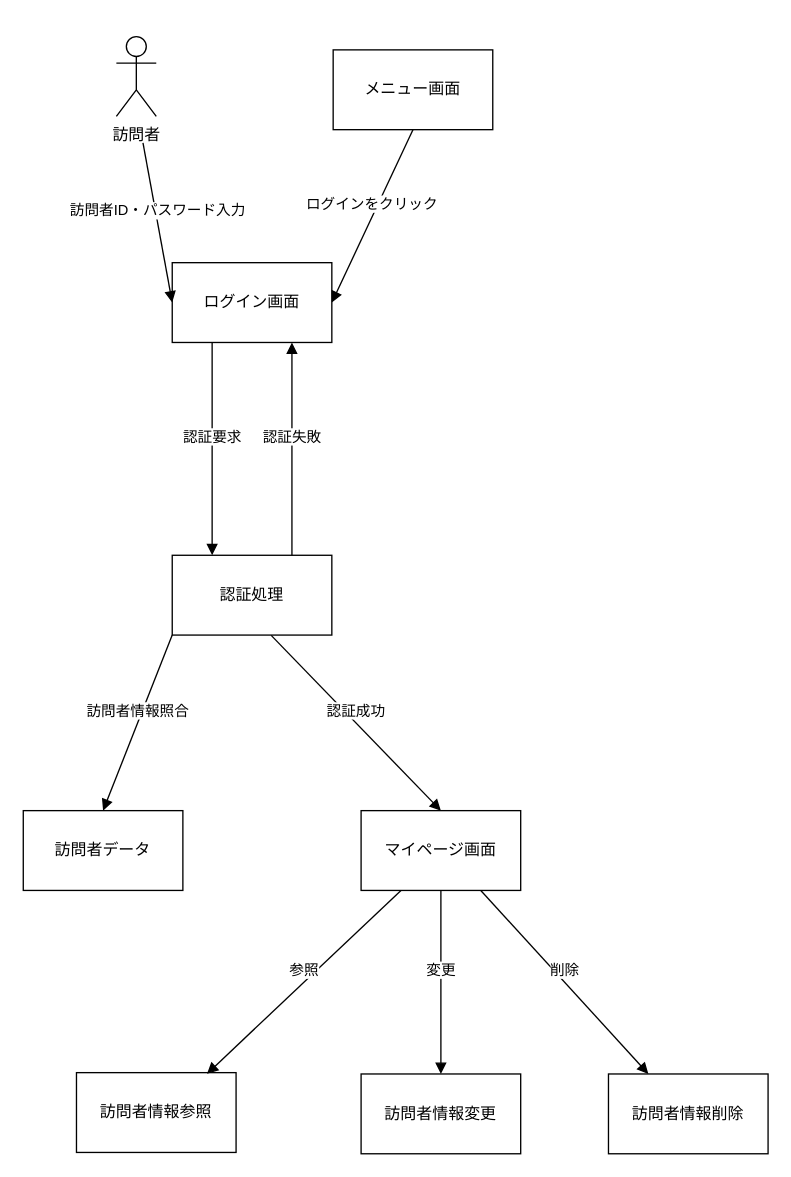
This is 07_web_visitor/analysis_02_login.drawio from ghbuser12/ohara_uml, a draw.io file, before an edit. Source tidied: cells renumbered, new cells numbered last; positions are measured from the earlier drawing's top-left corner, leaving out a move shared by most shapes. Both pictures are drawn from the tidied source at 133%, with x=0, y=0 at pixel (23, 36).
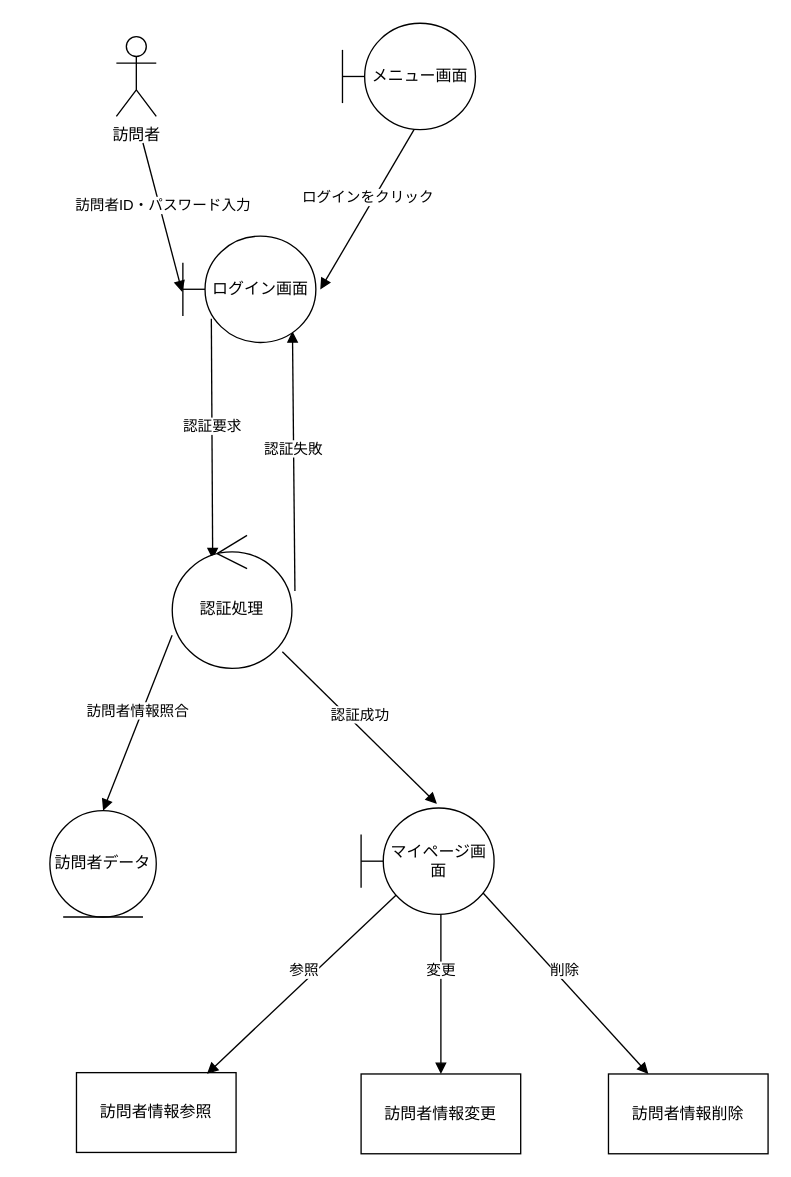
Above is the later version.

The change refers to these unchanged cells:
```xml
<mxCell id="14" value="訪問者情報変更" style="whiteSpace=wrap;html=1;" parent="1" vertex="1">
  <mxGeometry x="254" y="780" width="120" height="60" as="geometry" />
</mxCell>
<mxCell id="16" value="訪問者情報参照" style="whiteSpace=wrap;html=1;" parent="1" vertex="1">
  <mxGeometry x="40" y="779" width="120" height="60" as="geometry" />
</mxCell>
<mxCell id="18" value="訪問者情報削除" style="whiteSpace=wrap;html=1;" parent="1" vertex="1">
  <mxGeometry x="440" y="780" width="120" height="60" as="geometry" />
</mxCell>
```

Diff of the diagram source:
```diff
@@
-    <mxCell id="3" value="メニュー画面" style="whiteSpace=wrap;html=1;" parent="1" vertex="1">
-      <mxGeometry x="233" y="10" width="120" height="60" as="geometry" />
-    </mxCell>
-    <mxCell id="4" value="ログイン画面" style="whiteSpace=wrap;html=1;" parent="1" vertex="1">
-      <mxGeometry x="112" y="170" width="120" height="60" as="geometry" />
-    </mxCell>
-    <mxCell id="5" value="訪問者ID・パスワード入力" style="html=1;verticalAlign=bottom;endArrow=block;curved=0;rounded=0;entryX=0;entryY=0.5;entryDx=0;entryDy=0;" parent="1" edge="1" target="4">
+    <mxCell id="5" value="訪問者ID・パスワード入力" style="html=1;verticalAlign=bottom;endArrow=block;curved=0;rounded=0;entryX=-0.005;entryY=0.526;entryDx=0;entryDy=0;entryPerimeter=0;" parent="1" edge="1" target="4">
       <mxGeometry relative="1" as="geometry">
         <mxPoint x="90" y="80" as="sourcePoint" />
       </mxGeometry>
     </mxCell>
-    <mxCell id="6" value="ログインをクリック" style="html=1;verticalAlign=bottom;endArrow=block;curved=0;rounded=0;exitX=0.5;exitY=1;exitDx=0;exitDy=0;entryX=1;entryY=0.5;entryDx=0;entryDy=0;" parent="1" edge="1" source="3" target="4">
+    <mxCell id="6" value="ログインをクリック" style="html=1;verticalAlign=bottom;endArrow=block;curved=0;rounded=0;exitX=0.548;exitY=0.979;exitDx=0;exitDy=0;entryX=1.033;entryY=0.502;entryDx=0;entryDy=0;exitPerimeter=0;entryPerimeter=0;" parent="1" edge="1" source="3" target="4">
       <mxGeometry relative="1" as="geometry" />
     </mxCell>
-    <mxCell id="7" value="認証処理" style="whiteSpace=wrap;html=1;" parent="1" vertex="1">
-      <mxGeometry x="112" y="390" width="120" height="60" as="geometry" />
-    </mxCell>
-    <mxCell id="8" value="認証要求" style="html=1;verticalAlign=bottom;endArrow=block;curved=0;rounded=0;exitX=0.25;exitY=1;exitDx=0;exitDy=0;entryX=0.25;entryY=0;entryDx=0;entryDy=0;" parent="1" edge="1" source="4" target="7">
+    <mxCell id="8" value="認証要求" style="html=1;verticalAlign=bottom;endArrow=block;curved=0;rounded=0;exitX=0.214;exitY=0.776;exitDx=0;exitDy=0;entryX=0.338;entryY=0.18;entryDx=0;entryDy=0;exitPerimeter=0;entryPerimeter=0;" parent="1" edge="1" source="4" target="7">
       <mxGeometry relative="1" as="geometry" />
     </mxCell>
-    <mxCell id="9" value="認証失敗" style="html=1;verticalAlign=bottom;endArrow=block;curved=0;rounded=0;entryX=0.75;entryY=1;entryDx=0;entryDy=0;exitX=0.75;exitY=0;exitDx=0;exitDy=0;" parent="1" edge="1" source="7" target="4">
+    <mxCell id="9" value="認証失敗" style="html=1;verticalAlign=bottom;endArrow=block;curved=0;rounded=0;entryX=0.824;entryY=0.895;entryDx=0;entryDy=0;entryPerimeter=0;exitX=1.025;exitY=0.419;exitDx=0;exitDy=0;exitPerimeter=0;" parent="1" edge="1" source="7" target="4">
       <mxGeometry relative="1" as="geometry" />
     </mxCell>
-    <mxCell id="10" value="訪問者データ" style="whiteSpace=wrap;html=1;" parent="1" vertex="1">
-      <mxGeometry y="582" width="120" height="60" as="geometry" />
-    </mxCell>
-    <mxCell id="11" value="訪問者情報照合" style="html=1;verticalAlign=bottom;endArrow=block;curved=0;rounded=0;exitX=0;exitY=1;exitDx=0;exitDy=0;entryX=0.5;entryY=0;entryDx=0;entryDy=0;" parent="1" edge="1" source="7" target="10">
+    <mxCell id="11" value="訪問者情報照合" style="html=1;verticalAlign=bottom;endArrow=block;curved=0;rounded=0;exitX=-0.001;exitY=0.752;exitDx=0;exitDy=0;entryX=0.5;entryY=0;entryDx=0;entryDy=0;exitPerimeter=0;" parent="1" edge="1" source="7" target="10">
       <mxGeometry relative="1" as="geometry" />
     </mxCell>
-    <mxCell id="12" value="マイページ画面" style="whiteSpace=wrap;html=1;" parent="1" vertex="1">
-      <mxGeometry x="254" y="582" width="120" height="60" as="geometry" />
-    </mxCell>
-    <mxCell id="13" value="認証成功" style="html=1;verticalAlign=bottom;endArrow=block;curved=0;rounded=0;entryX=0.5;entryY=0;entryDx=0;entryDy=0;exitX=0.62;exitY=1.004;exitDx=0;exitDy=0;exitPerimeter=0;" parent="1" edge="1" source="7" target="12">
+    <mxCell id="13" value="認証成功" style="html=1;verticalAlign=bottom;endArrow=block;curved=0;rounded=0;entryX=0.57;entryY=-0.039;entryDx=0;entryDy=0;exitX=0.92;exitY=0.876;exitDx=0;exitDy=0;exitPerimeter=0;entryPerimeter=0;" parent="1" edge="1" source="7" target="12">
       <mxGeometry relative="1" as="geometry" />
     </mxCell>
@@
-    <mxCell id="15" value="変更" style="html=1;verticalAlign=bottom;endArrow=block;curved=0;rounded=0;exitX=0.5;exitY=1;exitDx=0;exitDy=0;entryX=0.5;entryY=0;entryDx=0;entryDy=0;" parent="1" edge="1" source="12" target="14">
-      <mxGeometry relative="1" as="geometry" />
+    <mxCell id="15" value="変更" style="html=1;verticalAlign=bottom;endArrow=block;curved=0;rounded=0;exitX=0.5;exitY=1;exitDx=0;exitDy=0;entryX=0.5;entryY=0;entryDx=0;entryDy=0;" parent="1" edge="1" target="14">
+      <mxGeometry relative="1" as="geometry">
+        <mxPoint x="314" y="642" as="sourcePoint" />
+      </mxGeometry>
     </mxCell>
@@
-    <mxCell id="17" value="参照" style="html=1;verticalAlign=bottom;endArrow=block;curved=0;rounded=0;entryX=0.818;entryY=0.015;entryDx=0;entryDy=0;entryPerimeter=0;exitX=0.25;exitY=1;exitDx=0;exitDy=0;" parent="1" edge="1" source="12" target="16">
-      <mxGeometry relative="1" as="geometry" />
+    <mxCell id="17" value="参照" style="html=1;verticalAlign=bottom;endArrow=block;curved=0;rounded=0;entryX=0.818;entryY=0.015;entryDx=0;entryDy=0;entryPerimeter=0;exitX=0.25;exitY=1;exitDx=0;exitDy=0;" parent="1" edge="1" target="16">
+      <mxGeometry relative="1" as="geometry">
+        <mxPoint x="284" y="642" as="sourcePoint" />
+      </mxGeometry>
     </mxCell>
@@
-    <mxCell id="19" value="削除" style="html=1;verticalAlign=bottom;endArrow=block;curved=0;rounded=0;exitX=0.75;exitY=1;exitDx=0;exitDy=0;entryX=0.25;entryY=0;entryDx=0;entryDy=0;" parent="1" edge="1" source="12" target="18">
-      <mxGeometry relative="1" as="geometry" />
+    <mxCell id="19" value="削除" style="html=1;verticalAlign=bottom;endArrow=block;curved=0;rounded=0;exitX=0.75;exitY=1;exitDx=0;exitDy=0;entryX=0.25;entryY=0;entryDx=0;entryDy=0;" parent="1" edge="1" target="18">
+      <mxGeometry relative="1" as="geometry">
+        <mxPoint x="344" y="642" as="sourcePoint" />
+      </mxGeometry>
     </mxCell>
+    <mxCell id="3" value="メニュー画面" style="shape=umlBoundary;whiteSpace=wrap;html=1;" parent="1" vertex="1">
+      <mxGeometry x="240" y="-10" width="100" height="80" as="geometry" />
+    </mxCell>
+    <mxCell id="4" value="ログイン画面" style="shape=umlBoundary;whiteSpace=wrap;html=1;" parent="1" vertex="1">
+      <mxGeometry x="120" y="150" width="100" height="80" as="geometry" />
+    </mxCell>
+    <mxCell id="7" value="認証処理" style="ellipse;shape=umlControl;whiteSpace=wrap;html=1;" parent="1" vertex="1">
+      <mxGeometry x="112" y="375" width="90" height="100" as="geometry" />
+    </mxCell>
+    <mxCell id="10" value="訪問者データ" style="ellipse;shape=umlEntity;whiteSpace=wrap;html=1;" parent="1" vertex="1">
+      <mxGeometry x="20" y="582" width="80" height="80" as="geometry" />
+    </mxCell>
+    <mxCell id="12" value="マイページ画面" style="shape=umlBoundary;whiteSpace=wrap;html=1;" parent="1" vertex="1">
+      <mxGeometry x="254" y="580" width="100" height="80" as="geometry" />
+    </mxCell>
```
